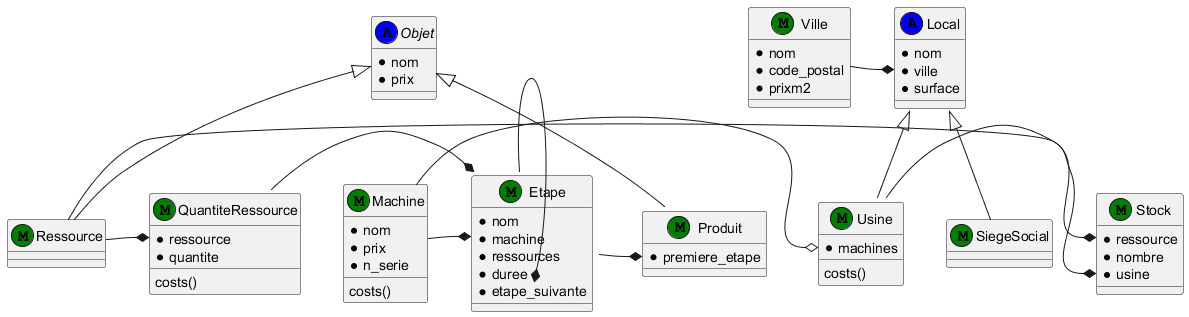
The PlantUML diagram crayon/UMLcrayon.png in AntnGP/CrayonM2ISTR_AGP_HA, before a commit.
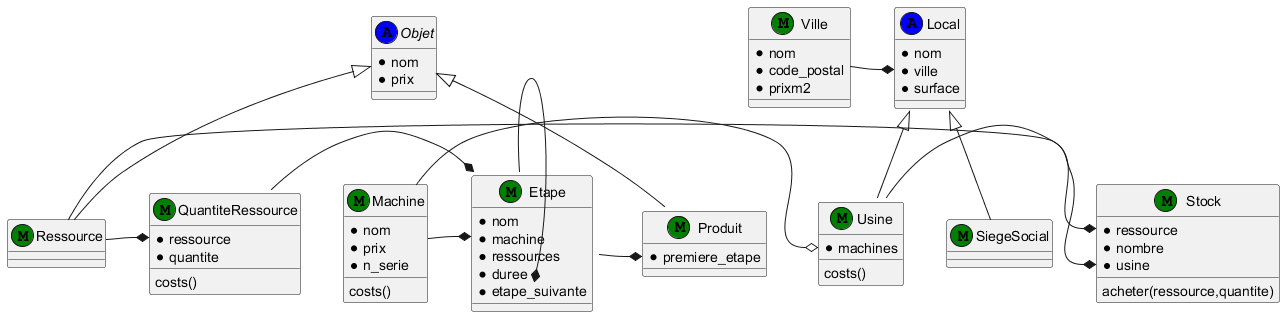
Later version of the same file.

Change to the diagram source:
```diff
@@ -49,6 +49,7 @@
     *ressource
     *nombre
     *usine
+     acheter(ressource,quantite)
 }
 
 class Etape << (M,green) >> {
```
